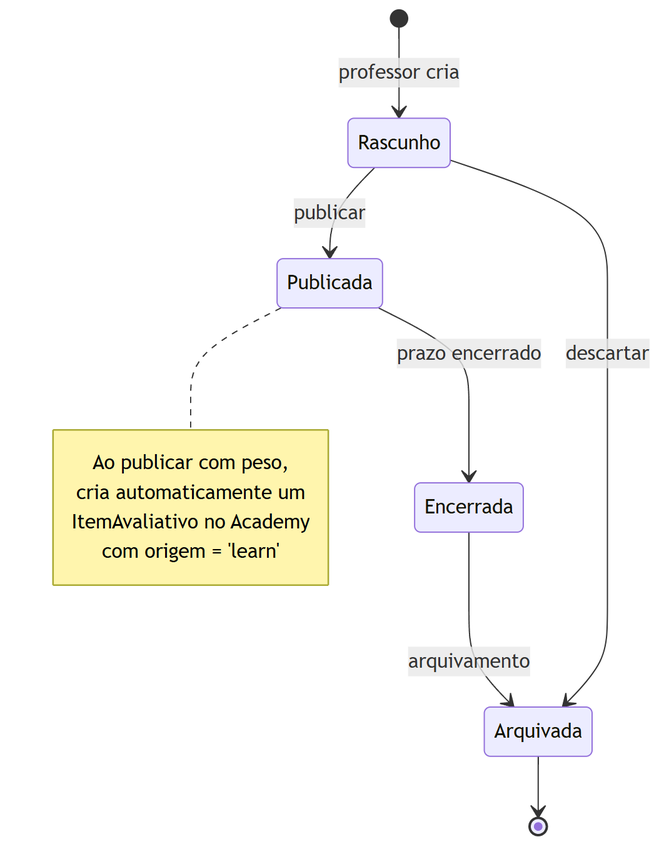
This is docs/diagramas/png/estado-atividade.png from bebberjoao/RoosterOneBackend, a Mermaid export, as it was before one commit. Its source is kept beside it as docs/diagramas/src/estado-atividade.mmd. Its diagram source:
```mermaid
stateDiagram-v2
  [*] --> Rascunho : professor cria
  Rascunho --> Publicada : publicar
  Publicada --> Encerrada : prazo encerrado
  Encerrada --> Arquivada : arquivamento
  Rascunho --> Arquivada : descartar
  Arquivada --> [*]

  note right of Publicada
    Ao publicar com peso,
    cria automaticamente um
    ItemAvaliativo no Academy
    com origem = 'learn'
  end note
```
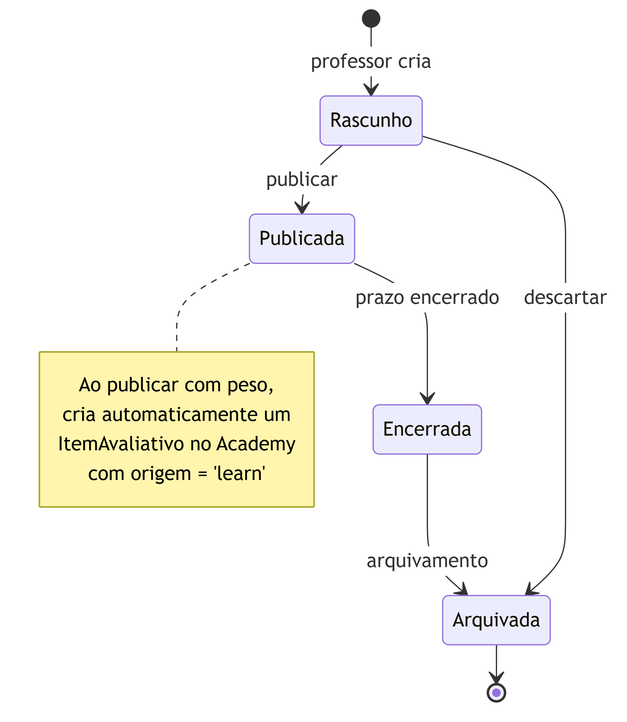
The same diagram one commit later.

What changed in the source:
```diff
@@ -1,3 +1,4 @@
+%%{init: {"state":{"nodeSpacing":28,"rankSpacing":32,"padding":6}}}%%
 stateDiagram-v2
   [*] --> Rascunho : professor cria
   Rascunho --> Publicada : publicar
```
